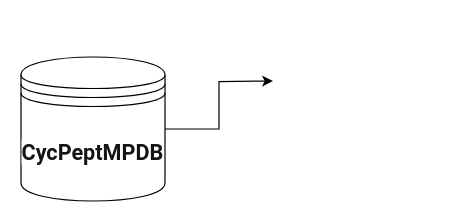
lemuela1/Membrane_permeability_perdiction keeps this draw.io diagram as membrane_permeability_perdiction.drawio. Above is the earlier version. Source tidied: cells renumbered, new cells numbered last; positions are measured from the earlier drawing's top-left corner, leaving out a move shared by most shapes. Both pictures are drawn from the tidied source at 120%, with x=0, y=0 at pixel (20, 56).
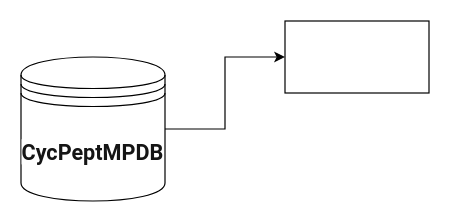
The same page after the edit.

The edit, as a diff of the source:
```diff
@@
 <mxGraphModel>
   <root>
     <mxCell id="0" />
     <mxCell id="1" parent="0" />
-    <mxCell id="2" style="edgeStyle=orthogonalEdgeStyle;rounded=0;jettySize=auto;html=1;" parent="1" edge="1" source="3">
-      <mxGeometry relative="1" as="geometry">
-        <mxPoint x="210" y="20" as="targetPoint" />
-      </mxGeometry>
+    <mxCell id="2" style="edgeStyle=orthogonalEdgeStyle;rounded=0;jettySize=auto;html=1;" parent="1" edge="1" source="3" target="4">
+      <mxGeometry relative="1" as="geometry" />
     </mxCell>
     <mxCell id="3" value="&lt;span style=&quot;color: rgb(21, 21, 21); font-family: Roboto, arial, sans-serif; font-size: 18px; font-weight: 700; background-color: rgb(255, 255, 255);&quot;&gt;CycPeptMPDB&lt;/span&gt;" style="shape=datastore;whiteSpace=wrap;html=1;" parent="1" vertex="1">
       <mxGeometry width="120" height="120" as="geometry" />
     </mxCell>
+    <mxCell id="4" style="rounded=0;whiteSpace=wrap;html=1;" parent="1" vertex="1">
+      <mxGeometry x="220" y="-30" width="120" height="60" as="geometry" />
+    </mxCell>
   </root>
 </mxGraphModel>
```
